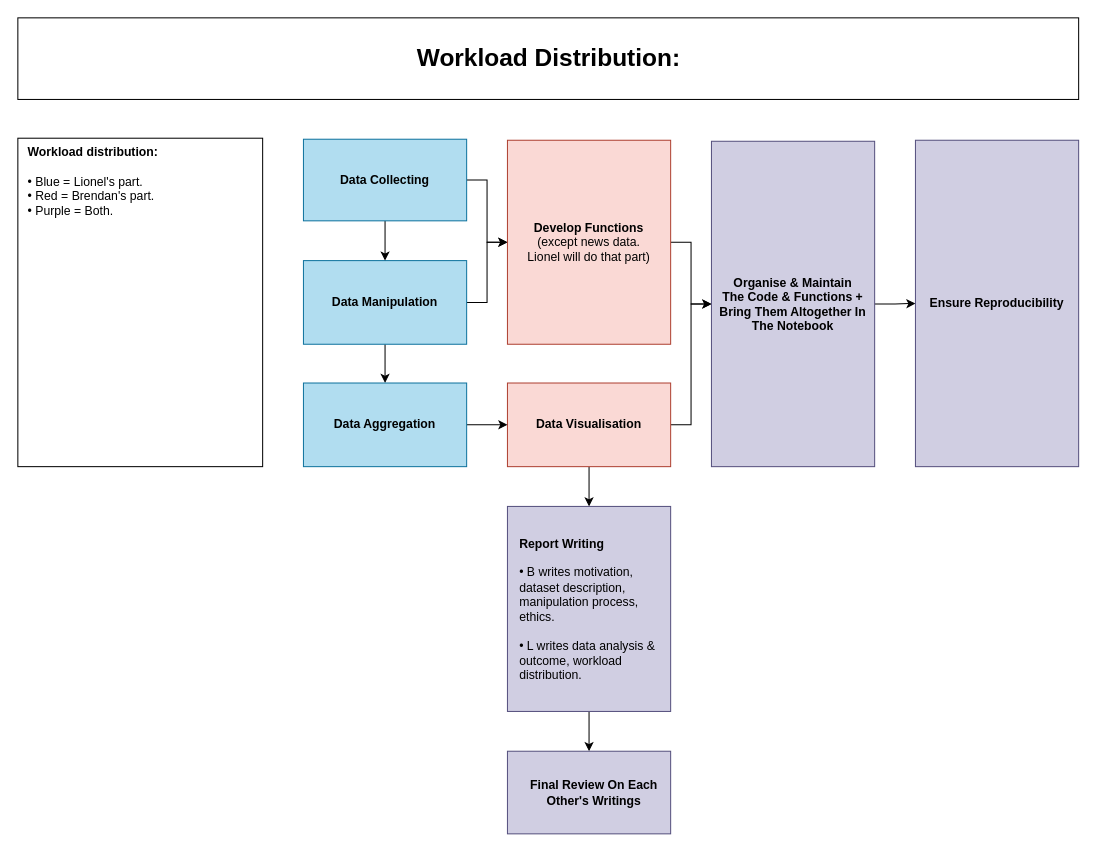
The draw.io diagram page "workload-distribution" (2 of 2) of docs/processing_flowchart.drawio in lioneltayyd/MADS-M1-analysis-of-price-sensitivity-to-various-factors, before the edit. Source tidied: cells renumbered, new cells numbered last; positions are measured from the earlier drawing's top-left corner, leaving out a move shared by most shapes. Both pictures are drawn from the tidied source at 102%, with x=0, y=0 at pixel (17, 17).
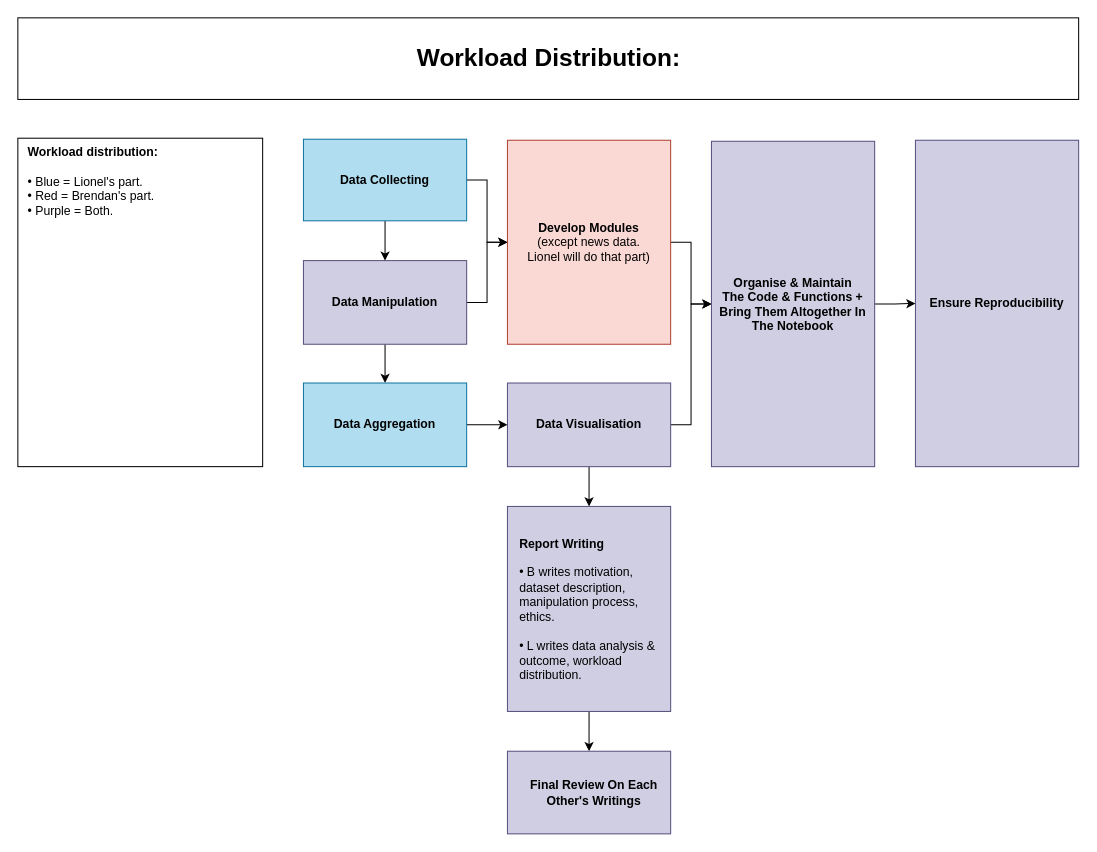
The same page after the edit.

What changed in the source:
```diff
@@
-    <mxCell id="4" value="&lt;b&gt;Data Manipulation&lt;/b&gt;" style="rounded=0;whiteSpace=wrap;html=1;fillColor=#b1ddf0;strokeColor=#10739e;" parent="1" vertex="1">
+    <mxCell id="4" value="&lt;b&gt;Data Manipulation&lt;/b&gt;" style="rounded=0;whiteSpace=wrap;html=1;fillColor=#d0cee2;strokeColor=#56517e;" parent="1" vertex="1">
       <mxGeometry x="280" y="238" width="160" height="82" as="geometry" />
     </mxCell>
@@
-    <mxCell id="7" value="&lt;b&gt;Data Visualisation&lt;/b&gt;" style="rounded=0;whiteSpace=wrap;html=1;fillColor=#fad9d5;strokeColor=#ae4132;" parent="1" vertex="1">
+    <mxCell id="7" value="&lt;b&gt;Data Visualisation&lt;/b&gt;" style="rounded=0;whiteSpace=wrap;html=1;fillColor=#d0cee2;strokeColor=#56517e;" parent="1" vertex="1">
       <mxGeometry x="480" y="358" width="160" height="82" as="geometry" />
     </mxCell>
@@
-    <mxCell id="18" value="&lt;b&gt;Develop Functions&lt;/b&gt;&lt;br&gt;(except news data. &lt;br&gt;Lionel will do that part)" style="rounded=0;whiteSpace=wrap;html=1;fillColor=#fad9d5;strokeColor=#ae4132;" parent="1" vertex="1">
+    <mxCell id="18" value="&lt;b&gt;Develop Modules&lt;/b&gt;&lt;br&gt;(except news data. &lt;br&gt;Lionel will do that part)" style="rounded=0;whiteSpace=wrap;html=1;fillColor=#fad9d5;strokeColor=#ae4132;" parent="1" vertex="1">
       <mxGeometry x="480" y="120" width="160" height="200" as="geometry" />
     </mxCell>
```
